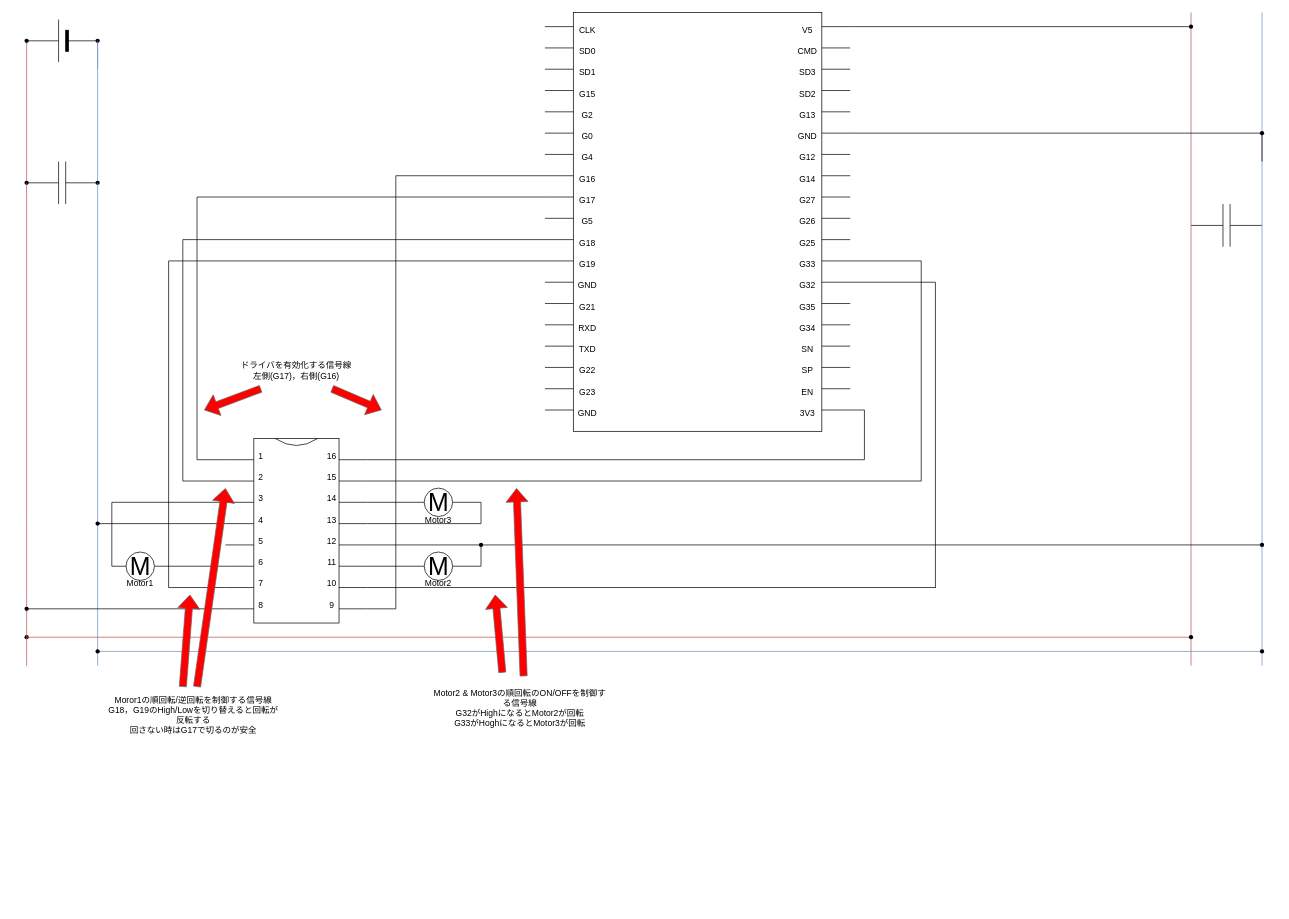
This is documents/circuit/回路図.drawio from jphacks/C_2203, a draw.io file, before an edit. Source tidied: cells renumbered, new cells numbered last; positions are measured from the earlier drawing's top-left corner, leaving out a move shared by most shapes. Both pictures are drawn from the tidied source at 71%, with x=0, y=0 at pixel (12, 12).
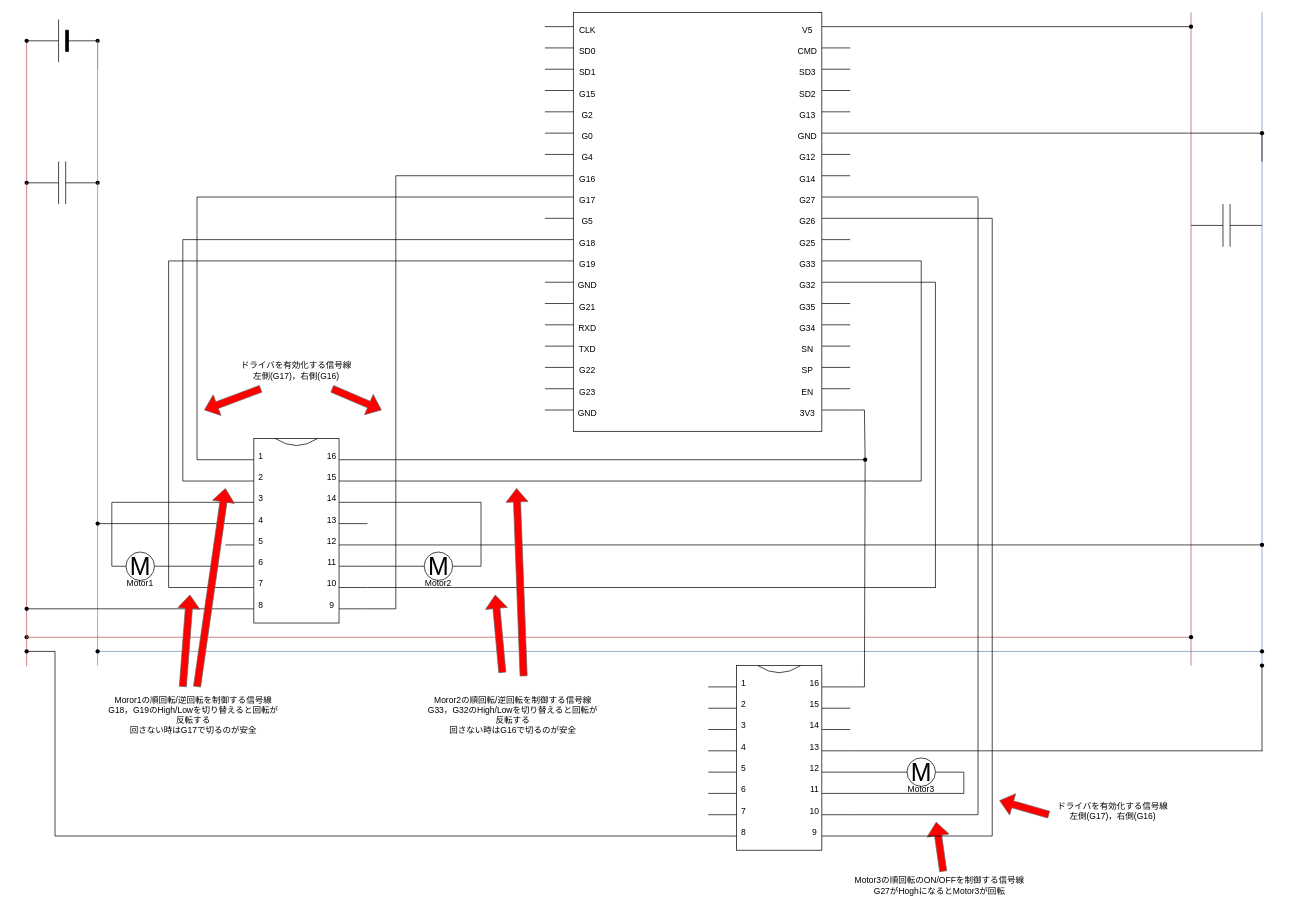
The same diagram, later.

Commit message:
回路図更新 モーター2つの順/逆制御可能に

Change to the diagram source:
```diff
@@
-    <mxCell id="166" style="endArrow=none;html=1;" parent="1" edge="1">
+    <mxCell id="166" style="endArrow=none;html=1;startArrow=none;" parent="1" edge="1" source="237">
       <mxGeometry relative="1" as="geometry">
-        <mxPoint x="1200" y="630" as="sourcePoint" />
         <mxPoint x="1200" y="560" as="targetPoint" />
       </mxGeometry>
     </mxCell>
@@
     <mxCell id="171" style="edgeStyle=none;html=1;endArrow=none;endFill=0;" parent="1" edge="1" source="173">
       <mxGeometry relative="1" as="geometry">
-        <mxPoint x="500" y="690" as="targetPoint" />
+        <mxPoint x="1180" y="1070" as="targetPoint" />
       </mxGeometry>
     </mxCell>
     <mxCell id="172" style="edgeStyle=none;html=1;endArrow=none;endFill=0;" parent="1" edge="1" source="173">
       <mxGeometry relative="1" as="geometry">
-        <mxPoint x="660" y="690" as="targetPoint" />
+        <mxPoint x="1340" y="1070" as="targetPoint" />
       </mxGeometry>
     </mxCell>
     <mxCell id="173" value="M" style="verticalLabelPosition=middle;shadow=0;dashed=0;align=center;html=1;verticalAlign=middle;strokeWidth=1;shape=ellipse;fontSize=35;" parent="1" vertex="1">
-      <mxGeometry x="580" y="670" width="40" height="40" as="geometry" />
+      <mxGeometry x="1260" y="1050" width="40" height="40" as="geometry" />
     </mxCell>
@@
-    <mxCell id="180" style="endArrow=none;html=1;" parent="1" edge="1" target="181">
+    <mxCell id="180" style="endArrow=none;html=1;" parent="1" edge="1">
       <mxGeometry relative="1" as="geometry">
         <mxPoint x="660" y="780" as="sourcePoint" />
+        <mxPoint x="660" y="690" as="targetPoint" />
       </mxGeometry>
     </mxCell>
-    <mxCell id="181" style="shape=waypoint;sketch=0;fillStyle=solid;size=6;points=[];fillColor=none;perimeter=centerPerimeter;snapToPoint=1;" parent="1" vertex="1">
-      <mxGeometry x="640" y="730" width="40" height="40" as="geometry" />
-    </mxCell>
     <mxCell id="182" style="endArrow=none;html=1;" parent="1" edge="1">
       <mxGeometry relative="1" as="geometry">
-        <mxPoint x="660" y="720" as="sourcePoint" />
-        <mxPoint x="660" y="690" as="targetPoint" />
+        <mxPoint x="1340" y="1100" as="sourcePoint" />
+        <mxPoint x="1340" y="1070" as="targetPoint" />
       </mxGeometry>
     </mxCell>
     <mxCell id="183" style="endArrow=none;html=1;" parent="1" edge="1">
       <mxGeometry relative="1" as="geometry">
-        <mxPoint x="500" y="720" as="sourcePoint" />
-        <mxPoint x="660" y="720" as="targetPoint" />
+        <mxPoint x="1180" y="1100" as="sourcePoint" />
+        <mxPoint x="1340" y="1100" as="targetPoint" />
       </mxGeometry>
     </mxCell>
@@
     <mxCell id="195" value="Motor3" style="text;html=1;strokeColor=none;fillColor=none;align=center;verticalAlign=middle;whiteSpace=wrap;rounded=0;" parent="1" vertex="1">
-      <mxGeometry x="570" y="700" width="60" height="30" as="geometry" />
+      <mxGeometry x="1250" y="1080" width="60" height="30" as="geometry" />
     </mxCell>
@@
-    <mxCell id="199" value="Motor2 &amp;amp; Motor3の順回転のON/OFFを制御する信号線&lt;br&gt;G32がHighになるとMotor2が回転&lt;br&gt;G33がHoghになるとMotor3が回転" style="text;html=1;strokeColor=none;fillColor=none;align=center;verticalAlign=middle;whiteSpace=wrap;rounded=0;" parent="1" vertex="1">
-      <mxGeometry x="590" y="950" width="250" height="60" as="geometry" />
+    <mxCell id="199" value="Motor3の順回転のON/OFFを制御する信号線&lt;br&gt;G27がHoghになるとMotor3が回転" style="text;html=1;strokeColor=none;fillColor=none;align=center;verticalAlign=middle;whiteSpace=wrap;rounded=0;" parent="1" vertex="1">
+      <mxGeometry x="1181" y="1200" width="250" height="60" as="geometry" />
     </mxCell>
+    <mxCell id="200" style="group;" parent="1" vertex="1">
+      <mxGeometry x="980" y="920" width="200" height="260" as="geometry" />
+    </mxCell>
+    <mxCell id="201" style="rounded=0;whiteSpace=wrap;html=1;" parent="200" vertex="1">
+      <mxGeometry x="40" width="120" height="260" as="geometry" />
+    </mxCell>
+    <mxCell id="202" style="curved=1;endArrow=none;html=1;snapToPoint=0;endFill=0;entryX=0.25;entryY=0;entryDx=0;entryDy=0;exitX=0.75;exitY=0;exitDx=0;exitDy=0;" parent="200" edge="1" source="201" target="201">
+      <mxGeometry relative="1" as="geometry">
+        <Array as="points">
+          <mxPoint x="100" y="20" />
+        </Array>
+      </mxGeometry>
+    </mxCell>
+    <mxCell id="203" value="1" style="text;html=1;strokeColor=none;fillColor=none;align=center;verticalAlign=middle;whiteSpace=wrap;rounded=0;" parent="200" vertex="1">
+      <mxGeometry x="20" y="10" width="60" height="30" as="geometry" />
+    </mxCell>
+    <mxCell id="204" value="2" style="text;html=1;strokeColor=none;fillColor=none;align=center;verticalAlign=middle;whiteSpace=wrap;rounded=0;" parent="200" vertex="1">
+      <mxGeometry x="20" y="40" width="60" height="30" as="geometry" />
+    </mxCell>
+    <mxCell id="205" value="3" style="text;html=1;strokeColor=none;fillColor=none;align=center;verticalAlign=middle;whiteSpace=wrap;rounded=0;" parent="200" vertex="1">
+      <mxGeometry x="20" y="70" width="60" height="30" as="geometry" />
+    </mxCell>
+    <mxCell id="206" value="4" style="text;html=1;strokeColor=none;fillColor=none;align=center;verticalAlign=middle;whiteSpace=wrap;rounded=0;" parent="200" vertex="1">
+      <mxGeometry x="20" y="100" width="60" height="30" as="geometry" />
+    </mxCell>
+    <mxCell id="207" value="5" style="text;html=1;strokeColor=none;fillColor=none;align=center;verticalAlign=middle;whiteSpace=wrap;rounded=0;" parent="200" vertex="1">
+      <mxGeometry x="20" y="130" width="60" height="30" as="geometry" />
+    </mxCell>
+    <mxCell id="208" value="6" style="text;html=1;strokeColor=none;fillColor=none;align=center;verticalAlign=middle;whiteSpace=wrap;rounded=0;" parent="200" vertex="1">
+      <mxGeometry x="20" y="160" width="60" height="30" as="geometry" />
+    </mxCell>
+    <mxCell id="209" value="7" style="text;html=1;strokeColor=none;fillColor=none;align=center;verticalAlign=middle;whiteSpace=wrap;rounded=0;" parent="200" vertex="1">
+      <mxGeometry x="20" y="190" width="60" height="30" as="geometry" />
+    </mxCell>
+    <mxCell id="210" value="8" style="text;html=1;strokeColor=none;fillColor=none;align=center;verticalAlign=middle;whiteSpace=wrap;rounded=0;" parent="200" vertex="1">
+      <mxGeometry x="20" y="220" width="60" height="30" as="geometry" />
+    </mxCell>
+    <mxCell id="211" style="endArrow=none;html=1;exitX=0.333;exitY=0.667;exitDx=0;exitDy=0;exitPerimeter=0;" parent="200" edge="1" source="203">
+      <mxGeometry relative="1" as="geometry">
+        <mxPoint y="30" as="targetPoint" />
+      </mxGeometry>
+    </mxCell>
+    <mxCell id="212" style="endArrow=none;html=1;exitX=0.333;exitY=0.667;exitDx=0;exitDy=0;exitPerimeter=0;" parent="200" edge="1" source="204">
+      <mxGeometry relative="1" as="geometry">
+        <mxPoint y="60" as="targetPoint" />
+      </mxGeometry>
+    </mxCell>
+    <mxCell id="213" style="endArrow=none;html=1;exitX=0.333;exitY=0.667;exitDx=0;exitDy=0;exitPerimeter=0;" parent="200" edge="1" source="205">
+      <mxGeometry relative="1" as="geometry">
+        <mxPoint y="90" as="targetPoint" />
+      </mxGeometry>
+    </mxCell>
+    <mxCell id="214" style="endArrow=none;html=1;exitX=0.333;exitY=0.667;exitDx=0;exitDy=0;exitPerimeter=0;" parent="200" edge="1" source="206">
+      <mxGeometry relative="1" as="geometry">
+        <mxPoint y="120" as="targetPoint" />
+      </mxGeometry>
+    </mxCell>
+    <mxCell id="215" style="endArrow=none;html=1;exitX=0.333;exitY=0.667;exitDx=0;exitDy=0;exitPerimeter=0;" parent="200" edge="1" source="207">
+      <mxGeometry relative="1" as="geometry">
+        <mxPoint y="150" as="targetPoint" />
+      </mxGeometry>
+    </mxCell>
+    <mxCell id="216" style="endArrow=none;html=1;exitX=0.333;exitY=0.667;exitDx=0;exitDy=0;exitPerimeter=0;" parent="200" edge="1" source="208">
+      <mxGeometry relative="1" as="geometry">
+        <mxPoint y="180" as="targetPoint" />
+      </mxGeometry>
+    </mxCell>
+    <mxCell id="217" style="endArrow=none;html=1;exitX=0.333;exitY=0.667;exitDx=0;exitDy=0;exitPerimeter=0;" parent="200" edge="1" source="209">
+      <mxGeometry relative="1" as="geometry">
+        <mxPoint y="210" as="targetPoint" />
+      </mxGeometry>
+    </mxCell>
+    <mxCell id="218" style="endArrow=none;html=1;exitX=0.333;exitY=0.667;exitDx=0;exitDy=0;exitPerimeter=0;" parent="200" edge="1" source="210">
+      <mxGeometry relative="1" as="geometry">
+        <mxPoint y="240" as="targetPoint" />
+      </mxGeometry>
+    </mxCell>
+    <mxCell id="219" value="16" style="text;html=1;strokeColor=none;fillColor=none;align=center;verticalAlign=middle;whiteSpace=wrap;rounded=0;" parent="200" vertex="1">
+      <mxGeometry x="120" y="10" width="60" height="30" as="geometry" />
+    </mxCell>
+    <mxCell id="220" value="15" style="text;html=1;strokeColor=none;fillColor=none;align=center;verticalAlign=middle;whiteSpace=wrap;rounded=0;" parent="200" vertex="1">
+      <mxGeometry x="120" y="40" width="60" height="30" as="geometry" />
+    </mxCell>
+    <mxCell id="221" value="14" style="text;html=1;strokeColor=none;fillColor=none;align=center;verticalAlign=middle;whiteSpace=wrap;rounded=0;" parent="200" vertex="1">
+      <mxGeometry x="120" y="70" width="60" height="30" as="geometry" />
+    </mxCell>
+    <mxCell id="222" value="13" style="text;html=1;strokeColor=none;fillColor=none;align=center;verticalAlign=middle;whiteSpace=wrap;rounded=0;" parent="200" vertex="1">
+      <mxGeometry x="120" y="100" width="60" height="30" as="geometry" />
+    </mxCell>
+    <mxCell id="223" value="12" style="text;html=1;strokeColor=none;fillColor=none;align=center;verticalAlign=middle;whiteSpace=wrap;rounded=0;" parent="200" vertex="1">
+      <mxGeometry x="120" y="130" width="60" height="30" as="geometry" />
+    </mxCell>
+    <mxCell id="224" value="11" style="text;html=1;strokeColor=none;fillColor=none;align=center;verticalAlign=middle;whiteSpace=wrap;rounded=0;" parent="200" vertex="1">
+      <mxGeometry x="120" y="160" width="60" height="30" as="geometry" />
+    </mxCell>
+    <mxCell id="225" value="10" style="text;html=1;strokeColor=none;fillColor=none;align=center;verticalAlign=middle;whiteSpace=wrap;rounded=0;" parent="200" vertex="1">
+      <mxGeometry x="120" y="190" width="60" height="30" as="geometry" />
+    </mxCell>
+    <mxCell id="226" value="9" style="text;html=1;strokeColor=none;fillColor=none;align=center;verticalAlign=middle;whiteSpace=wrap;rounded=0;" parent="200" vertex="1">
+      <mxGeometry x="120" y="220" width="60" height="30" as="geometry" />
+    </mxCell>
+    <mxCell id="227" style="endArrow=none;html=1;exitX=0.333;exitY=0.667;exitDx=0;exitDy=0;exitPerimeter=0;" parent="200" edge="1">
+      <mxGeometry relative="1" as="geometry">
+        <mxPoint x="200" y="30" as="sourcePoint" />
+        <mxPoint x="160" y="30" as="targetPoint" />
+      </mxGeometry>
+    </mxCell>
+    <mxCell id="228" style="endArrow=none;html=1;exitX=0.333;exitY=0.667;exitDx=0;exitDy=0;exitPerimeter=0;" parent="200" edge="1">
+      <mxGeometry relative="1" as="geometry">
+        <mxPoint x="200" y="60" as="sourcePoint" />
+        <mxPoint x="160" y="60" as="targetPoint" />
+      </mxGeometry>
+    </mxCell>
+    <mxCell id="229" style="endArrow=none;html=1;exitX=0.333;exitY=0.667;exitDx=0;exitDy=0;exitPerimeter=0;" parent="200" edge="1">
+      <mxGeometry relative="1" as="geometry">
+        <mxPoint x="200" y="90" as="sourcePoint" />
+        <mxPoint x="160" y="90" as="targetPoint" />
+      </mxGeometry>
+    </mxCell>
+    <mxCell id="230" style="endArrow=none;html=1;exitX=0.333;exitY=0.667;exitDx=0;exitDy=0;exitPerimeter=0;" parent="200" edge="1">
+      <mxGeometry relative="1" as="geometry">
+        <mxPoint x="200" y="120" as="sourcePoint" />
+        <mxPoint x="160" y="120" as="targetPoint" />
+      </mxGeometry>
+    </mxCell>
+    <mxCell id="231" style="endArrow=none;html=1;exitX=0.333;exitY=0.667;exitDx=0;exitDy=0;exitPerimeter=0;" parent="200" edge="1">
+      <mxGeometry relative="1" as="geometry">
+        <mxPoint x="200" y="150" as="sourcePoint" />
+        <mxPoint x="160" y="150" as="targetPoint" />
+      </mxGeometry>
+    </mxCell>
+    <mxCell id="232" style="endArrow=none;html=1;exitX=0.333;exitY=0.667;exitDx=0;exitDy=0;exitPerimeter=0;" parent="200" edge="1">
+      <mxGeometry relative="1" as="geometry">
+        <mxPoint x="200" y="180" as="sourcePoint" />
+        <mxPoint x="160" y="180" as="targetPoint" />
+      </mxGeometry>
+    </mxCell>
+    <mxCell id="233" style="endArrow=none;html=1;exitX=0.333;exitY=0.667;exitDx=0;exitDy=0;exitPerimeter=0;" parent="200" edge="1">
+      <mxGeometry relative="1" as="geometry">
+        <mxPoint x="200" y="210" as="sourcePoint" />
+        <mxPoint x="160" y="210" as="targetPoint" />
+      </mxGeometry>
+    </mxCell>
+    <mxCell id="234" style="endArrow=none;html=1;exitX=0.333;exitY=0.667;exitDx=0;exitDy=0;exitPerimeter=0;" parent="200" edge="1">
+      <mxGeometry relative="1" as="geometry">
+        <mxPoint x="200" y="240" as="sourcePoint" />
+        <mxPoint x="160" y="240" as="targetPoint" />
+      </mxGeometry>
+    </mxCell>
+    <mxCell id="235" style="endArrow=none;html=1;" parent="1" edge="1">
+      <mxGeometry relative="1" as="geometry">
+        <mxPoint x="500" y="690" as="sourcePoint" />
+        <mxPoint x="660" y="690" as="targetPoint" />
+      </mxGeometry>
+    </mxCell>
+    <mxCell id="236" value="Moror2の順回転/逆回転を制御する信号線&lt;br&gt;G33，G32のHigh/Lowを切り替えると回転が反転する&lt;br&gt;回さない時はG16で切るのが安全" style="text;html=1;strokeColor=none;fillColor=none;align=center;verticalAlign=middle;whiteSpace=wrap;rounded=0;" parent="1" vertex="1">
+      <mxGeometry x="580" y="960" width="250" height="60" as="geometry" />
+    </mxCell>
+    <mxCell id="237" style="shape=waypoint;sketch=0;fillStyle=solid;size=6;points=[];fillColor=none;perimeter=centerPerimeter;snapToPoint=1;" parent="1" vertex="1">
+      <mxGeometry x="1181" y="610" width="40" height="40" as="geometry" />
+    </mxCell>
+    <mxCell id="238" style="endArrow=none;html=1;" parent="1" edge="1" target="237">
+      <mxGeometry relative="1" as="geometry">
+        <mxPoint x="1200" y="950" as="sourcePoint" />
+      </mxGeometry>
+    </mxCell>
+    <mxCell id="239" style="endArrow=none;html=1;" parent="1" edge="1">
+      <mxGeometry relative="1" as="geometry">
+        <mxPoint x="1180" y="950" as="sourcePoint" />
+        <mxPoint x="1200" y="950" as="targetPoint" />
+      </mxGeometry>
+    </mxCell>
+    <mxCell id="240" style="endArrow=none;html=1;" parent="1" edge="1">
+      <mxGeometry relative="1" as="geometry">
+        <mxPoint x="60" y="900" as="sourcePoint" />
+        <mxPoint x="60" y="1160" as="targetPoint" />
+      </mxGeometry>
+    </mxCell>
+    <mxCell id="241" style="endArrow=none;html=1;" parent="1" edge="1" source="242">
+      <mxGeometry relative="1" as="geometry">
+        <mxPoint x="60" y="900" as="targetPoint" />
+      </mxGeometry>
+    </mxCell>
+    <mxCell id="242" style="shape=waypoint;sketch=0;fillStyle=solid;size=6;points=[];fillColor=none;perimeter=centerPerimeter;snapToPoint=1;" parent="1" vertex="1">
+      <mxGeometry y="880" width="40" height="40" as="geometry" />
+    </mxCell>
+    <mxCell id="243" style="endArrow=none;html=1;" parent="1" edge="1">
+      <mxGeometry relative="1" as="geometry">
+        <mxPoint x="60" y="1160" as="sourcePoint" />
+        <mxPoint x="980" y="1160" as="targetPoint" />
+      </mxGeometry>
+    </mxCell>
+    <mxCell id="244" style="endArrow=none;html=1;" parent="1" edge="1">
+      <mxGeometry relative="1" as="geometry">
+        <mxPoint x="1180" y="1130" as="sourcePoint" />
+        <mxPoint x="1360" y="1130" as="targetPoint" />
+      </mxGeometry>
+    </mxCell>
+    <mxCell id="245" style="endArrow=none;html=1;" parent="1" edge="1">
+      <mxGeometry relative="1" as="geometry">
+        <mxPoint x="1360" y="1130" as="sourcePoint" />
+        <mxPoint x="1360" y="261.1" as="targetPoint" />
+      </mxGeometry>
+    </mxCell>
+    <mxCell id="246" style="endArrow=none;html=1;" parent="1" edge="1">
+      <mxGeometry relative="1" as="geometry">
+        <mxPoint x="1180" y="260" as="sourcePoint" />
+        <mxPoint x="1360" y="260" as="targetPoint" />
+      </mxGeometry>
+    </mxCell>
+    <mxCell id="247" style="shape=flexArrow;endArrow=classic;html=1;fillColor=#FF0000;strokeColor=#666666;" parent="1" edge="1">
+      <mxGeometry relative="1" as="geometry">
+        <mxPoint x="1311" y="1210" as="sourcePoint" />
+        <mxPoint x="1301" y="1140" as="targetPoint" />
+      </mxGeometry>
+    </mxCell>
+    <mxCell id="248" style="endArrow=none;html=1;" parent="1" edge="1">
+      <mxGeometry relative="1" as="geometry">
+        <mxPoint x="1180" y="1040" as="sourcePoint" />
+        <mxPoint x="1760.6" y="1040" as="targetPoint" />
+      </mxGeometry>
+    </mxCell>
+    <mxCell id="249" style="endArrow=none;html=1;" parent="1" edge="1">
+      <mxGeometry relative="1" as="geometry">
+        <mxPoint x="1760" y="1040" as="sourcePoint" />
+        <mxPoint x="1759.9" y="920" as="targetPoint" />
+      </mxGeometry>
+    </mxCell>
+    <mxCell id="250" style="shape=waypoint;sketch=0;fillStyle=solid;size=6;fillColor=none;perimeter=centerPerimeter;" parent="1" vertex="1">
+      <mxGeometry x="1740" y="900" width="40" height="40" as="geometry" />
+    </mxCell>
+    <mxCell id="251" style="endArrow=none;html=1;" parent="1" edge="1">
+      <mxGeometry relative="1" as="geometry">
+        <mxPoint x="1180" y="1160" as="sourcePoint" />
+        <mxPoint x="1380" y="1160" as="targetPoint" />
+      </mxGeometry>
+    </mxCell>
+    <mxCell id="252" style="endArrow=none;html=1;" parent="1" edge="1">
+      <mxGeometry relative="1" as="geometry">
+        <mxPoint x="1380" y="1160" as="sourcePoint" />
+        <mxPoint x="1380" y="290" as="targetPoint" />
+      </mxGeometry>
+    </mxCell>
+    <mxCell id="253" style="endArrow=none;html=1;" parent="1" edge="1">
+      <mxGeometry relative="1" as="geometry">
+        <mxPoint x="1180" y="290" as="sourcePoint" />
+        <mxPoint x="1380" y="290" as="targetPoint" />
+      </mxGeometry>
+    </mxCell>
+    <mxCell id="254" value="ドライバを有効化する信号線&lt;br&gt;左側(G17)，右側(G16)" style="text;html=1;strokeColor=none;fillColor=none;align=center;verticalAlign=middle;whiteSpace=wrap;rounded=0;" parent="1" vertex="1">
+      <mxGeometry x="1450" y="1110" width="200" height="30" as="geometry" />
+    </mxCell>
+    <mxCell id="255" style="shape=flexArrow;endArrow=classic;html=1;fillColor=#FF0000;strokeColor=#666666;" parent="1" edge="1">
+      <mxGeometry relative="1" as="geometry">
+        <mxPoint x="1460" y="1130" as="sourcePoint" />
+        <mxPoint x="1390" y="1110" as="targetPoint" />
+      </mxGeometry>
+    </mxCell>
```
